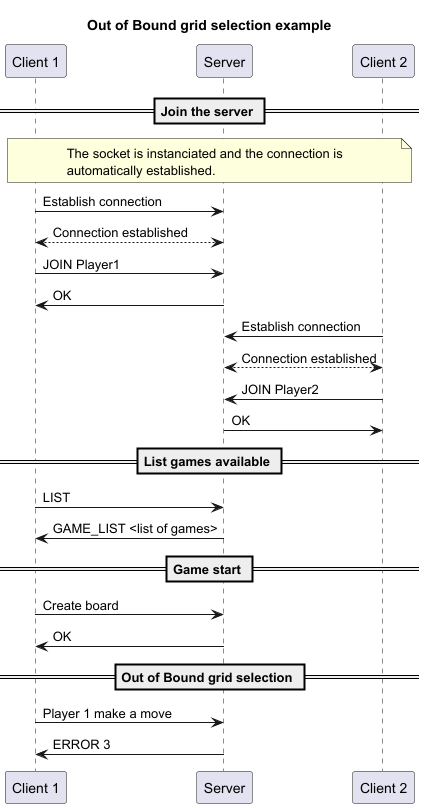
This is doc/img/out_of_bound_error_example-Out_of_Bound_grid_selection_example.png from AlexB-HEIG/DAI-Practical-work-2, a PlantUML export, as it was before one commit.
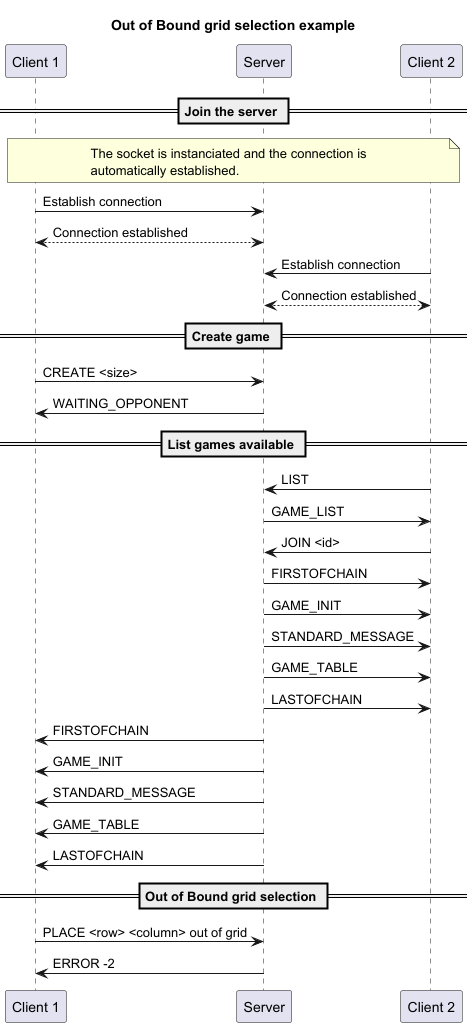
After the commit.

What changed in the source:
```diff
@@ -16,28 +16,37 @@
 c1->s : Establish connection
 c1<-->s : Connection established
 
-c1->s: JOIN Player1
-s->c1: OK
-
 c2->s : Establish connection
 c2<-->s : Connection established
 
-c2->s: JOIN Player2
-s->c2: OK
+
+== Create game ==
+
+c1->s: CREATE <size>
+s->c1: WAITING_OPPONENT
 
 == List games available ==
 
-c1->s: LIST
-s->c1: GAME_LIST <list of games>
+c2->s: LIST
+s->c2: GAME_LIST
 
-== Game start ==
+c2->s: JOIN <id>
 
-c1->s : Create board
-s->c1: OK
+s->c2: FIRSTOFCHAIN
+s->c2: GAME_INIT
+s->c2: STANDARD_MESSAGE
+s->c2: GAME_TABLE
+s->c2: LASTOFCHAIN
+
+s->c1: FIRSTOFCHAIN
+s->c1: GAME_INIT
+s->c1: STANDARD_MESSAGE
+s->c1: GAME_TABLE
+s->c1: LASTOFCHAIN
 
 == Out of Bound grid selection ==
-c1->s: Player 1 make a move
-s->c1: ERROR 3
+c1->s: PLACE <row> <column> out of grid
+s->c1: ERROR -2
 
 
 @enduml
```
